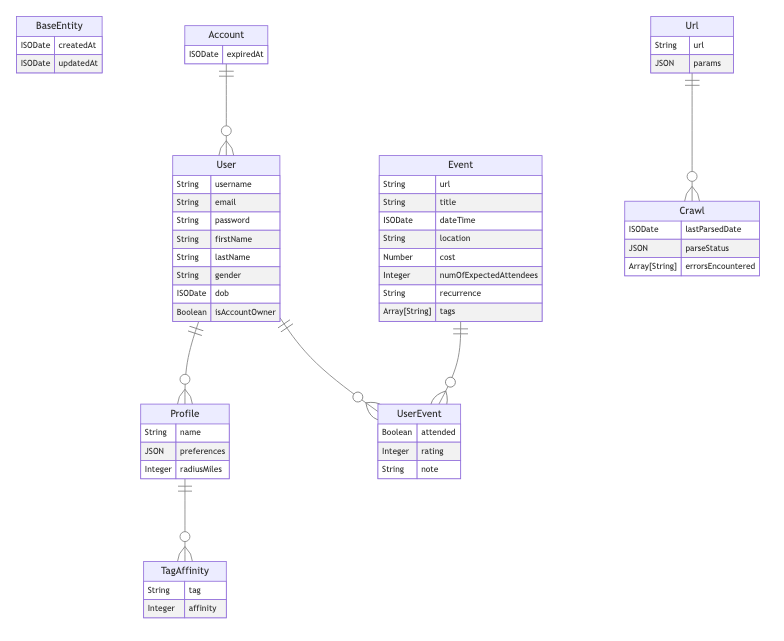
Before: schema.png, a diagram exported from Mermaid (fptmark/events). Its source is kept beside it as schema.mmd.
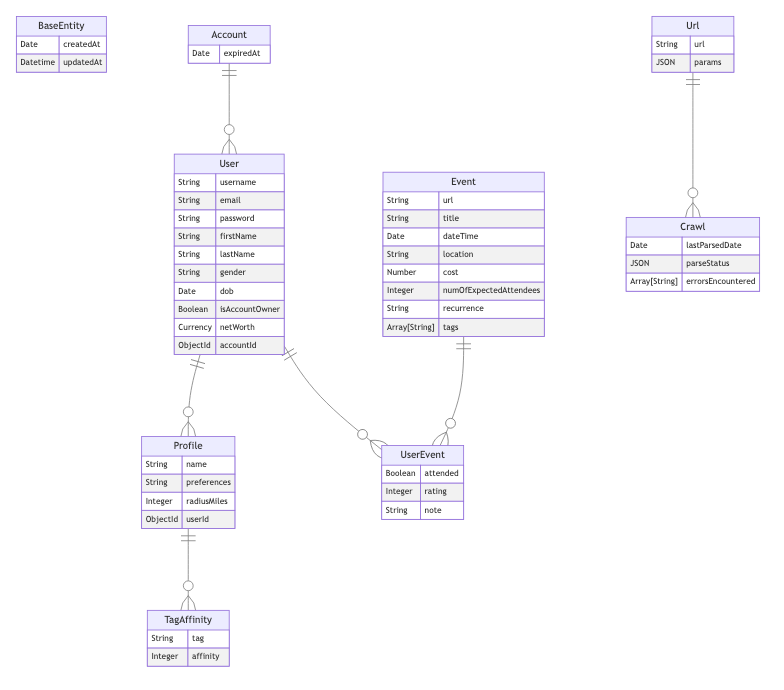
The same diagram one commit later.

Commit message:
change ISOdate to date or datetime

What changed in the source:
```diff
@@ -1,13 +1,13 @@
 erDiagram
     BaseEntity {
-        ISODate createdAt %% @validate {autoGenerate: true} @ui {readOnly: true}
-        ISODate updatedAt %% @validate {autoUpdate: true} @ui {readOnly: true, clientEdit: true}
+        Date createdAt %% @validate {autoGenerate: true} @ui {readOnly: true}
+        Datetime updatedAt %% @validate {autoUpdate: true} @ui {readOnly: true, clientEdit: true}
 
     }
 
 
     Account {
-        ISODate expiredAt %% @validate { required: false }
+        Date expiredAt %% @validate { required: false }
 
     }
 
@@ -19,7 +19,7 @@
         String firstName         %% @validate { required: true, min_length: 3, max_length: 100 }, @ui { displayName: "First Name" }
         String lastName          %% @validate { required: true, min_length: 3, max_length: 100 }, @ui { displayName: "Last Name" }
         String gender            %% @validate { required: false, enum: { values: ["male", "female", "other"], message: "must be male or female" } }
-        ISODate dob              %% @validate { required: false }
+        Date dob                 %% @validate { required: false }
         Boolean isAccountOwner   %% @validate { required: true }, @ui { displayName: "Owner"}
         Currency netWorth        %% @validate { ge: 0, le:10000000 }
         ObjectId accountId
@@ -46,7 +46,7 @@
     Event {
         String url                         %% @validate { required: true, pattern: { regex: "dictionary=main.url", message: "Bad URL format" } }
         String title                       %% @validate { required: true, max_length: 200 }
-        ISODate dateTime                   %% @validate { required: true }
+        Date dateTime                      %% @validate { required: true }
         String location                    %% @validate { required: false, max_length: 200 }
         Number cost                        %% @validate { required: false, ge: 0 } @ui { displayPages: "details"}
         Integer numOfExpectedAttendees     %% @validate { required: false, ge: 0 } @ui { displayPages: "details"}
@@ -71,7 +71,7 @@
     }
 
     Crawl {
-        ISODate lastParsedDate             %% @validate { required: false }
+        Date lastParsedDate                %% @validate { required: false }
         JSON parseStatus                   %% @validate { required: false }
         Array[String] errorsEncountered    %% @validate { required: false }
 
```
